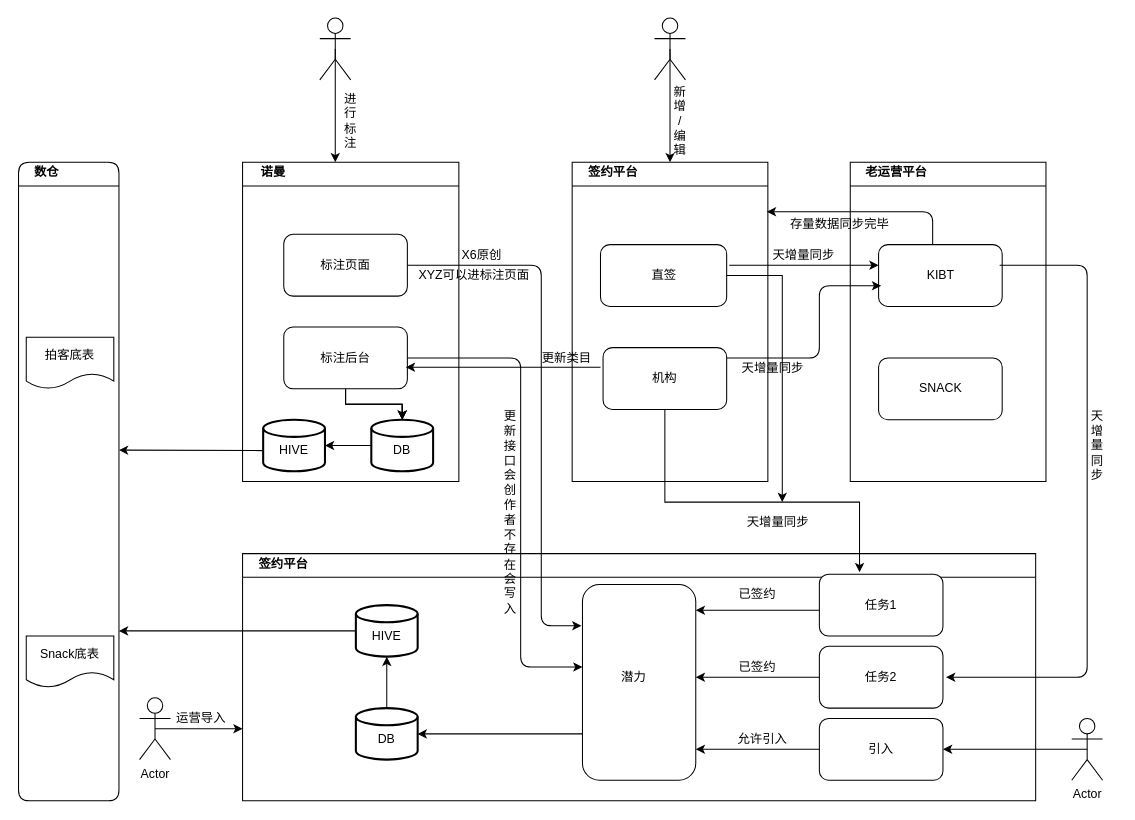
Before: Untitled Diagram.drawio in fllqa/draw-io, a draw.io diagram. Source tidied: cells renumbered, new cells numbered last; positions are measured from the earlier drawing's top-left corner, leaving out a move shared by most shapes. Both pictures are drawn from the tidied source at 103%, with x=0, y=0 at pixel (18, 18).
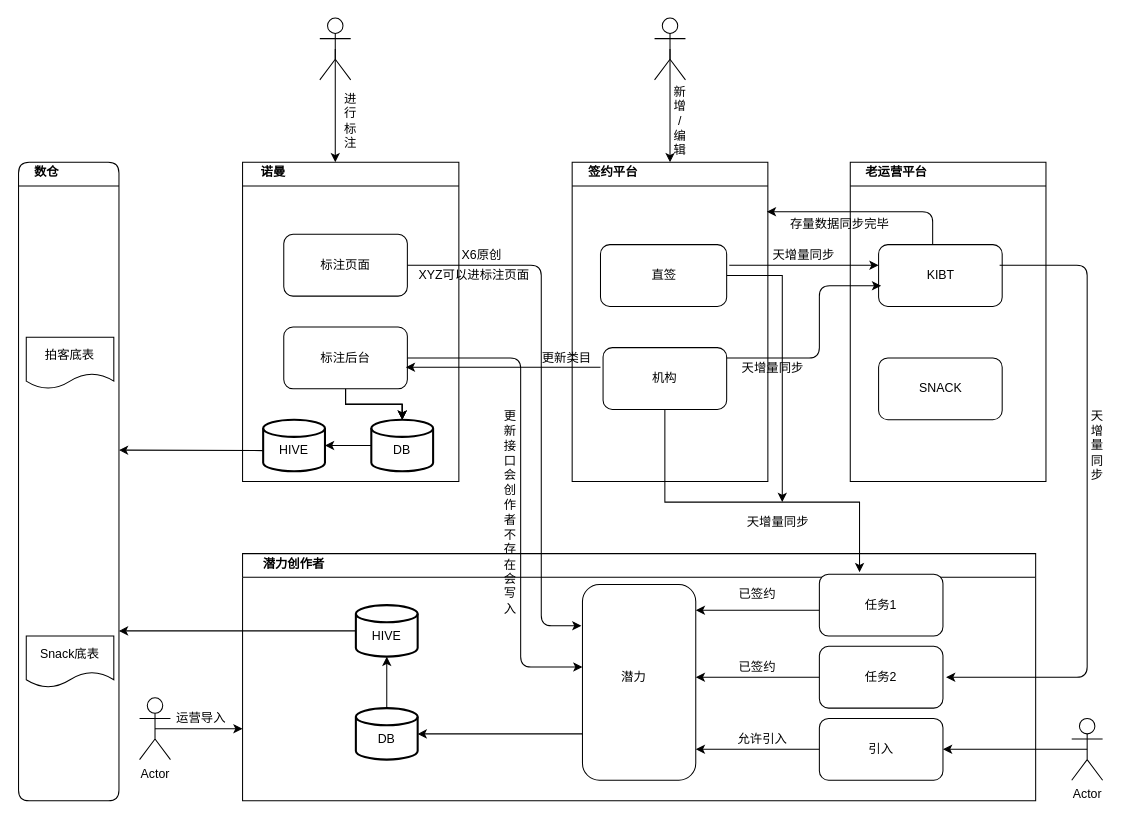
After the change.

The change refers to these unchanged cells:
```xml
<mxCell id="2" style="swimlane;" parent="1" vertex="1">
  <mxGeometry x="218" y="520" width="770" height="240" as="geometry" />
</mxCell>
```

Change to the diagram source:
```diff
@@
-    <mxCell id="3" value="&lt;b&gt;签约平台&lt;/b&gt;" style="text;html=1;strokeColor=none;fillColor=none;align=center;verticalAlign=middle;whiteSpace=wrap;rounded=0;" parent="2" vertex="1">
-      <mxGeometry x="10" width="60" height="20" as="geometry" />
+    <mxCell id="3" value="&lt;b&gt;潜力创作者&lt;/b&gt;" style="text;html=1;strokeColor=none;fillColor=none;align=center;verticalAlign=middle;whiteSpace=wrap;rounded=0;" parent="2" vertex="1">
+      <mxGeometry x="10" width="80" height="20" as="geometry" />
     </mxCell>
```
